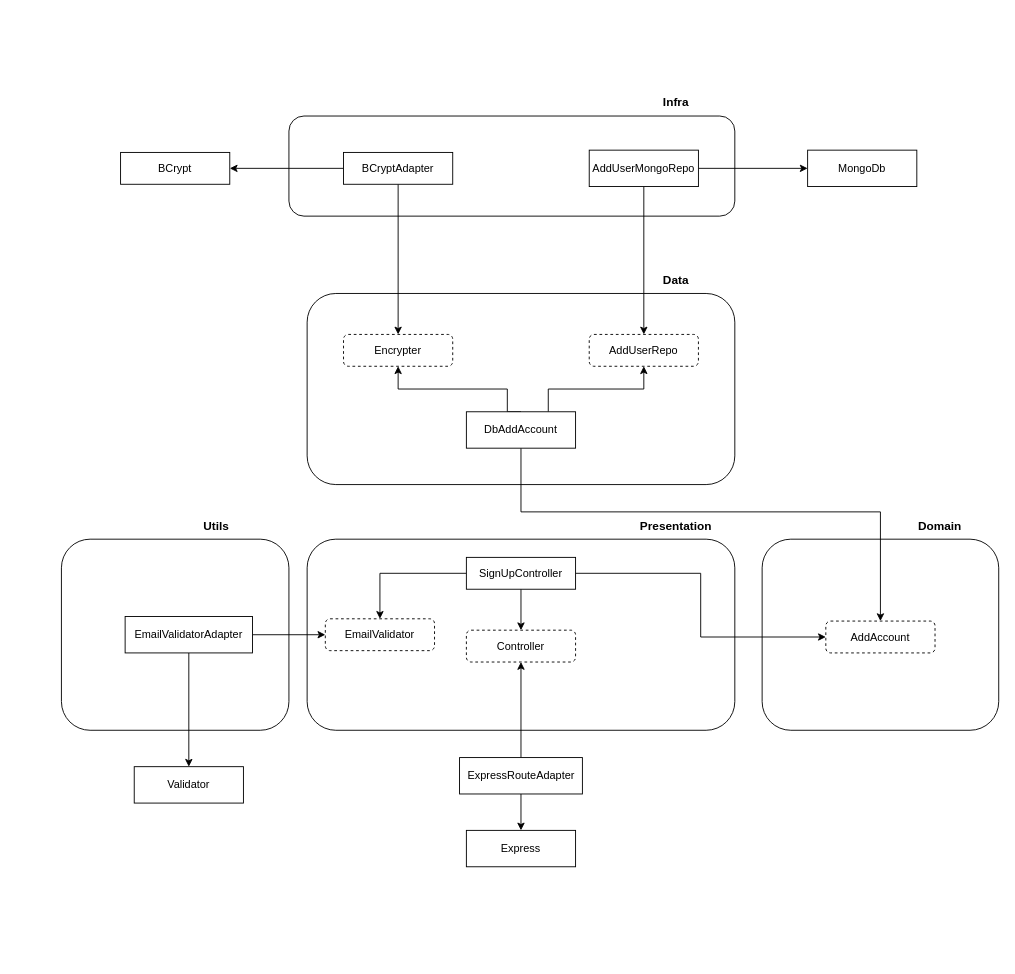
Before: Untitled Diagram.drawio in usystemsoftwares/tdd-clean-architecture, a draw.io diagram. Source tidied: cells renumbered, new cells numbered last; positions are measured from the earlier drawing's top-left corner, leaving out a move shared by most shapes. Both pictures are drawn from the tidied source at 91%, with x=0, y=0 at pixel (61, 88).
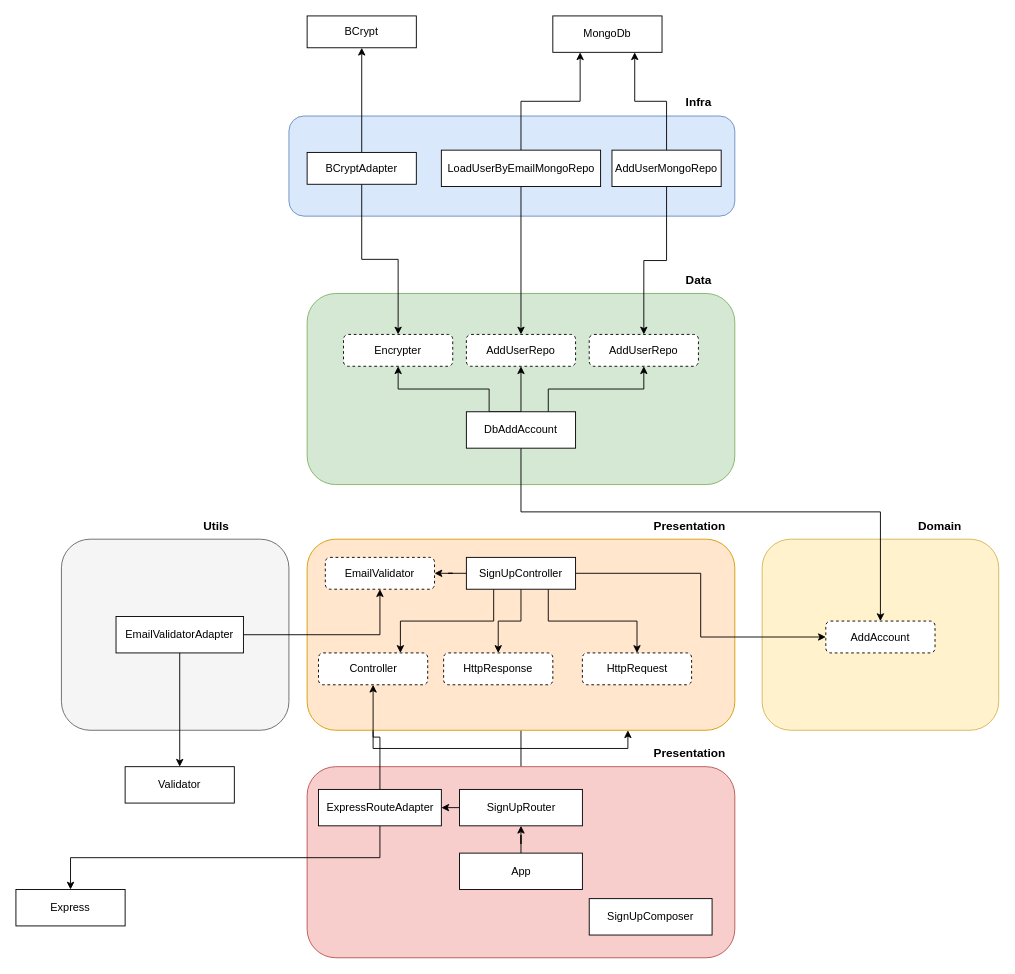
Above is the later version.

Commit message:
feat: add entities to presentation

Unchanged cells that the change refers to:
```xml
<mxCell id="12" value="SignUpController" style="rounded=0;whiteSpace=wrap;html=1;" parent="1" vertex="1">
  <mxGeometry x="445" y="515" width="120" height="35" as="geometry" />
</mxCell>
<mxCell id="32" value="DbAddAccount" style="rounded=0;whiteSpace=wrap;html=1;" parent="1" vertex="1">
  <mxGeometry x="445" y="355" width="120" height="40" as="geometry" />
</mxCell>
<mxCell id="37" value="Encrypter" style="rounded=1;whiteSpace=wrap;html=1;fillStyle=auto;dashed=1;" parent="1" vertex="1">
  <mxGeometry x="310" y="270" width="120" height="35" as="geometry" />
</mxCell>
<mxCell id="41" value="AddUserRepo" style="rounded=1;whiteSpace=wrap;html=1;fillStyle=auto;dashed=1;" parent="1" vertex="1">
  <mxGeometry x="580" y="270" width="120" height="35" as="geometry" />
</mxCell>
```

What changed in the source:
```diff
@@
+    <mxCell id="42" style="edgeStyle=orthogonalEdgeStyle;rounded=0;jettySize=auto;html=1;exitX=0.5;exitY=0;exitDx=0;exitDy=0;entryX=0.75;entryY=1;entryDx=0;entryDy=0;fontSize=13;" parent="1" edge="1" source="43" target="8">
+      <mxGeometry relative="1" as="geometry" />
+    </mxCell>
+    <mxCell id="43" style="rounded=1;whiteSpace=wrap;html=1;fillColor=#f8cecc;strokeColor=#b85450;" parent="1" vertex="1">
+      <mxGeometry x="270" y="745" width="470" height="210" as="geometry" />
+    </mxCell>
-    <mxCell id="2" style="rounded=1;whiteSpace=wrap;html=1;" parent="1" vertex="1">
+    <mxCell id="2" style="rounded=1;whiteSpace=wrap;html=1;fillColor=#dae8fc;strokeColor=#6c8ebf;" parent="1" vertex="1">
       <mxGeometry x="250" y="30" width="490" height="110" as="geometry" />
     </mxCell>
     <mxCell id="3" value="&lt;b&gt;&lt;font style=&quot;font-size: 13px;&quot;&gt;Infra&lt;/font&gt;&lt;/b&gt;" style="text;html=1;align=center;verticalAlign=middle;strokeColor=none;fillColor=none;" parent="1" vertex="1">
-      <mxGeometry x="650" width="50" height="30" as="geometry" />
+      <mxGeometry x="675" width="50" height="30" as="geometry" />
     </mxCell>
-    <mxCell id="4" style="rounded=1;whiteSpace=wrap;html=1;" parent="1" vertex="1">
+    <mxCell id="4" style="rounded=1;whiteSpace=wrap;html=1;fillColor=#d5e8d4;strokeColor=#82b366;" parent="1" vertex="1">
       <mxGeometry x="270" y="225" width="470" height="210" as="geometry" />
     </mxCell>
-    <mxCell id="5" style="rounded=1;whiteSpace=wrap;html=1;" parent="1" vertex="1">
+    <mxCell id="5" style="rounded=1;whiteSpace=wrap;html=1;fillColor=#fff2cc;strokeColor=#d6b656;" parent="1" vertex="1">
       <mxGeometry x="770" y="495" width="260" height="210" as="geometry" />
     </mxCell>
-    <mxCell id="6" style="rounded=1;whiteSpace=wrap;html=1;" parent="1" vertex="1">
+    <mxCell id="6" style="rounded=1;whiteSpace=wrap;html=1;fillColor=#f5f5f5;fontColor=#333333;strokeColor=#666666;" parent="1" vertex="1">
       <mxGeometry y="495" width="250" height="210" as="geometry" />
     </mxCell>
@@
-    <mxCell id="8" style="rounded=1;whiteSpace=wrap;html=1;" parent="1" vertex="1">
+    <mxCell id="8" style="rounded=1;whiteSpace=wrap;html=1;fillColor=#ffe6cc;strokeColor=#d79b00;" parent="1" vertex="1">
       <mxGeometry x="270" y="495" width="470" height="210" as="geometry" />
     </mxCell>
-    <mxCell id="9" style="edgeStyle=orthogonalEdgeStyle;rounded=0;jettySize=auto;html=1;exitX=0.5;exitY=1;exitDx=0;exitDy=0;fontSize=13;" parent="1" edge="1" source="12" target="20">
-      <mxGeometry relative="1" as="geometry" />
-    </mxCell>
@@
+    <mxCell id="9" style="edgeStyle=orthogonalEdgeStyle;rounded=0;jettySize=auto;html=1;exitX=0.25;exitY=1;exitDx=0;exitDy=0;entryX=0.75;entryY=0;entryDx=0;entryDy=0;fontSize=13;" parent="1" edge="1" source="12" target="20">
+      <mxGeometry relative="1" as="geometry" />
+    </mxCell>
+    <mxCell id="44" style="edgeStyle=orthogonalEdgeStyle;rounded=0;jettySize=auto;html=1;exitX=0.75;exitY=1;exitDx=0;exitDy=0;fontSize=13;" parent="1" edge="1" source="12" target="58">
+      <mxGeometry relative="1" as="geometry" />
+    </mxCell>
+    <mxCell id="45" style="edgeStyle=orthogonalEdgeStyle;rounded=0;jettySize=auto;html=1;exitX=0.5;exitY=1;exitDx=0;exitDy=0;fontSize=13;" parent="1" edge="1" source="12" target="57">
+      <mxGeometry relative="1" as="geometry" />
+    </mxCell>
@@
     <mxCell id="13" value="MongoDb" style="rounded=0;whiteSpace=wrap;html=1;" parent="1" vertex="1">
-      <mxGeometry x="820" y="67.5" width="120" height="40" as="geometry" />
+      <mxGeometry x="540" y="-80" width="120" height="40" as="geometry" />
     </mxCell>
     <mxCell id="14" value="Express" style="rounded=0;whiteSpace=wrap;html=1;" parent="1" vertex="1">
-      <mxGeometry x="445" y="815" width="120" height="40" as="geometry" />
+      <mxGeometry x="-50" y="880" width="120" height="40" as="geometry" />
     </mxCell>
     <mxCell id="15" value="Validator" style="rounded=0;whiteSpace=wrap;html=1;" parent="1" vertex="1">
-      <mxGeometry x="80" y="745" width="120" height="40" as="geometry" />
+      <mxGeometry x="70" y="745" width="120" height="40" as="geometry" />
     </mxCell>
@@
     <mxCell id="18" value="ExpressRouteAdapter" style="rounded=0;whiteSpace=wrap;html=1;" parent="1" vertex="1">
-      <mxGeometry x="437.5" y="735" width="135" height="40" as="geometry" />
+      <mxGeometry x="282.5" y="770" width="135" height="40" as="geometry" />
     </mxCell>
     <mxCell id="19" value="&lt;b&gt;&lt;font style=&quot;font-size: 13px;&quot;&gt;Presentation&lt;/font&gt;&lt;/b&gt;" style="text;html=1;align=center;verticalAlign=middle;strokeColor=none;fillColor=none;" parent="1" vertex="1">
-      <mxGeometry x="625" y="465" width="100" height="30" as="geometry" />
+      <mxGeometry x="640" y="465" width="100" height="30" as="geometry" />
     </mxCell>
     <mxCell id="20" value="Controller" style="rounded=1;whiteSpace=wrap;html=1;fillStyle=auto;dashed=1;" parent="1" vertex="1">
-      <mxGeometry x="445" y="595" width="120" height="35" as="geometry" />
+      <mxGeometry x="282.5" y="620" width="120" height="35" as="geometry" />
     </mxCell>
@@
     <mxCell id="23" value="EmailValidatorAdapter" style="rounded=0;whiteSpace=wrap;html=1;" parent="1" vertex="1">
-      <mxGeometry x="70" y="580" width="140" height="40" as="geometry" />
+      <mxGeometry x="60" y="580" width="140" height="40" as="geometry" />
     </mxCell>
     <mxCell id="24" value="EmailValidator" style="rounded=1;whiteSpace=wrap;html=1;fillStyle=auto;dashed=1;" parent="1" vertex="1">
-      <mxGeometry x="290" y="582.5" width="120" height="35" as="geometry" />
+      <mxGeometry x="290" y="515" width="120" height="35" as="geometry" />
     </mxCell>
@@
     <mxCell id="28" value="&lt;b&gt;&lt;font style=&quot;font-size: 13px;&quot;&gt;Data&lt;/font&gt;&lt;/b&gt;" style="text;html=1;align=center;verticalAlign=middle;strokeColor=none;fillColor=none;" parent="1" vertex="1">
-      <mxGeometry x="650" y="195" width="50" height="30" as="geometry" />
+      <mxGeometry x="675" y="195" width="50" height="30" as="geometry" />
     </mxCell>
@@
     <mxCell id="30" style="edgeStyle=orthogonalEdgeStyle;rounded=0;jettySize=auto;html=1;exitX=0.5;exitY=0;exitDx=0;exitDy=0;fontSize=13;" parent="1" edge="1" source="32" target="37">
       <mxGeometry relative="1" as="geometry">
         <Array as="points">
-          <mxPoint x="490" y="355" />
-          <mxPoint x="490" y="330" />
+          <mxPoint x="470" y="355" />
+          <mxPoint x="470" y="330" />
           <mxPoint x="370" y="330" />
         </Array>
       </mxGeometry>
     </mxCell>
@@
+    <mxCell id="46" style="edgeStyle=orthogonalEdgeStyle;rounded=0;jettySize=auto;html=1;exitX=0.5;exitY=0;exitDx=0;exitDy=0;entryX=0.5;entryY=1;entryDx=0;entryDy=0;fontSize=13;" parent="1" edge="1" source="32" target="47">
+      <mxGeometry relative="1" as="geometry" />
+    </mxCell>
@@
     <mxCell id="33" value="BCrypt" style="rounded=0;whiteSpace=wrap;html=1;" parent="1" vertex="1">
-      <mxGeometry x="65" y="70" width="120" height="35" as="geometry" />
+      <mxGeometry x="270" y="-80" width="120" height="35" as="geometry" />
     </mxCell>
+    <mxCell id="35" style="edgeStyle=orthogonalEdgeStyle;rounded=0;jettySize=auto;html=1;exitX=0.5;exitY=1;exitDx=0;exitDy=0;entryX=0.5;entryY=0;entryDx=0;entryDy=0;fontSize=13;" parent="1" edge="1" source="36" target="37">
+      <mxGeometry relative="1" as="geometry" />
+    </mxCell>
-    <mxCell id="34" style="edgeStyle=orthogonalEdgeStyle;rounded=0;jettySize=auto;html=1;exitX=0;exitY=0.5;exitDx=0;exitDy=0;entryX=1;entryY=0.5;entryDx=0;entryDy=0;fontSize=13;" parent="1" edge="1" source="36" target="33">
+    <mxCell id="34" style="edgeStyle=orthogonalEdgeStyle;rounded=0;jettySize=auto;html=1;exitX=0.5;exitY=0;exitDx=0;exitDy=0;fontSize=13;" parent="1" edge="1" source="36" target="33">
       <mxGeometry relative="1" as="geometry" />
     </mxCell>
-    <mxCell id="35" style="edgeStyle=orthogonalEdgeStyle;rounded=0;jettySize=auto;html=1;exitX=0.5;exitY=1;exitDx=0;exitDy=0;entryX=0.5;entryY=0;entryDx=0;entryDy=0;fontSize=13;" parent="1" edge="1" source="36" target="37">
-      <mxGeometry relative="1" as="geometry" />
-    </mxCell>
     <mxCell id="36" value="BCryptAdapter" style="rounded=0;whiteSpace=wrap;html=1;" parent="1" vertex="1">
-      <mxGeometry x="310" y="70" width="120" height="35" as="geometry" />
+      <mxGeometry x="270" y="70" width="120" height="35" as="geometry" />
     </mxCell>
@@
+    <mxCell id="39" style="edgeStyle=orthogonalEdgeStyle;rounded=0;jettySize=auto;html=1;exitX=0.5;exitY=1;exitDx=0;exitDy=0;fontSize=13;" parent="1" edge="1" source="40" target="41">
+      <mxGeometry relative="1" as="geometry" />
+    </mxCell>
-    <mxCell id="38" style="edgeStyle=orthogonalEdgeStyle;rounded=0;jettySize=auto;html=1;exitX=1;exitY=0.5;exitDx=0;exitDy=0;entryX=0;entryY=0.5;entryDx=0;entryDy=0;fontSize=13;" parent="1" edge="1" source="40" target="13">
+    <mxCell id="38" style="edgeStyle=orthogonalEdgeStyle;rounded=0;jettySize=auto;html=1;entryX=0.75;entryY=1;entryDx=0;entryDy=0;fontSize=13;" parent="1" edge="1" source="40" target="13">
       <mxGeometry relative="1" as="geometry" />
     </mxCell>
-    <mxCell id="39" style="edgeStyle=orthogonalEdgeStyle;rounded=0;jettySize=auto;html=1;exitX=0.5;exitY=1;exitDx=0;exitDy=0;fontSize=13;" parent="1" edge="1" source="40" target="41">
-      <mxGeometry relative="1" as="geometry" />
-    </mxCell>
     <mxCell id="40" value="AddUserMongoRepo" style="rounded=0;whiteSpace=wrap;html=1;" parent="1" vertex="1">
-      <mxGeometry x="580" y="67.5" width="120" height="40" as="geometry" />
+      <mxGeometry x="605" y="67.5" width="120" height="40" as="geometry" />
     </mxCell>
@@
+    <mxCell id="47" value="AddUserRepo" style="rounded=1;whiteSpace=wrap;html=1;fillStyle=auto;dashed=1;" parent="1" vertex="1">
+      <mxGeometry x="445" y="270" width="120" height="35" as="geometry" />
+    </mxCell>
+    <mxCell id="48" style="edgeStyle=orthogonalEdgeStyle;rounded=0;jettySize=auto;html=1;exitX=0.5;exitY=1;exitDx=0;exitDy=0;fontSize=13;" parent="1" edge="1" source="50" target="47">
+      <mxGeometry relative="1" as="geometry" />
+    </mxCell>
+    <mxCell id="49" style="edgeStyle=orthogonalEdgeStyle;rounded=0;jettySize=auto;html=1;exitX=0.5;exitY=0;exitDx=0;exitDy=0;entryX=0.25;entryY=1;entryDx=0;entryDy=0;fontSize=13;" parent="1" edge="1" source="50" target="13">
+      <mxGeometry relative="1" as="geometry" />
+    </mxCell>
+    <mxCell id="50" value="LoadUserByEmailMongoRepo" style="rounded=0;whiteSpace=wrap;html=1;" parent="1" vertex="1">
+      <mxGeometry x="417.5" y="67.5" width="175" height="40" as="geometry" />
+    </mxCell>
+    <mxCell id="51" value="&lt;b&gt;&lt;font style=&quot;font-size: 13px;&quot;&gt;Presentation&lt;/font&gt;&lt;/b&gt;" style="text;html=1;align=center;verticalAlign=middle;strokeColor=none;fillColor=none;" parent="1" vertex="1">
+      <mxGeometry x="640" y="715" width="100" height="30" as="geometry" />
+    </mxCell>
+    <mxCell id="52" value="SignUpComposer" style="rounded=0;whiteSpace=wrap;html=1;" parent="1" vertex="1">
+      <mxGeometry x="580" y="890" width="135" height="40" as="geometry" />
+    </mxCell>
+    <mxCell id="53" style="edgeStyle=orthogonalEdgeStyle;rounded=0;jettySize=auto;html=1;exitX=0;exitY=0.5;exitDx=0;exitDy=0;entryX=1;entryY=0.5;entryDx=0;entryDy=0;fontSize=13;" parent="1" edge="1" source="54" target="18">
+      <mxGeometry relative="1" as="geometry" />
+    </mxCell>
+    <mxCell id="54" value="SignUpRouter" style="rounded=0;whiteSpace=wrap;html=1;" parent="1" vertex="1">
+      <mxGeometry x="437.5" y="770" width="135" height="40" as="geometry" />
+    </mxCell>
+    <mxCell id="55" style="edgeStyle=orthogonalEdgeStyle;rounded=0;jettySize=auto;html=1;exitX=0.5;exitY=0;exitDx=0;exitDy=0;fontSize=13;" parent="1" edge="1" source="56" target="54">
+      <mxGeometry relative="1" as="geometry" />
+    </mxCell>
+    <mxCell id="56" value="App" style="rounded=0;whiteSpace=wrap;html=1;" parent="1" vertex="1">
+      <mxGeometry x="437.5" y="840" width="135" height="40" as="geometry" />
+    </mxCell>
+    <mxCell id="57" value="HttpResponse" style="rounded=1;whiteSpace=wrap;html=1;fillStyle=auto;dashed=1;" parent="1" vertex="1">
+      <mxGeometry x="420" y="620" width="120" height="35" as="geometry" />
+    </mxCell>
+    <mxCell id="58" value="HttpRequest" style="rounded=1;whiteSpace=wrap;html=1;fillStyle=auto;dashed=1;" parent="1" vertex="1">
+      <mxGeometry x="572.5" y="620" width="120" height="35" as="geometry" />
+    </mxCell>
```
